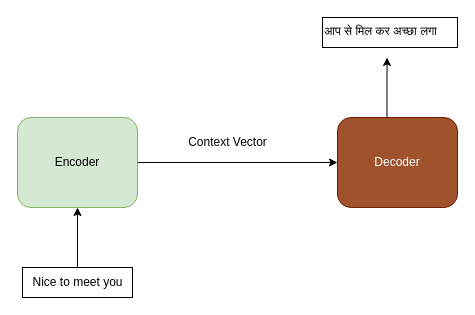
Before: page "Encoder-Decoder" (1 of 3) of EncodeDecoder.drawio in shobhitag11/RAG_Deployment, a draw.io diagram. Source tidied: cells renumbered, new cells numbered last; positions are measured from the earlier drawing's top-left corner, leaving out a move shared by most shapes. Both pictures are drawn from the tidied source at 100%, with x=0, y=0 at pixel (17, 17).
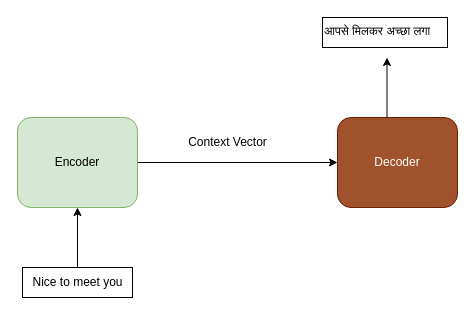
After the change.

Diff of the diagram source:
```diff
@@
 <mxGraphModel>
   <root>
     <mxCell id="0" />
     <mxCell id="1" parent="0" />
     <mxCell id="2" style="edgeStyle=orthogonalEdgeStyle;rounded=0;jettySize=auto;html=1;" parent="1" edge="1" source="3" target="4">
       <mxGeometry relative="1" as="geometry" />
     </mxCell>
     <mxCell id="3" value="Encoder" style="rounded=1;whiteSpace=wrap;html=1;fillColor=#d5e8d4;strokeColor=#82b366;" parent="1" vertex="1">
       <mxGeometry y="100" width="120" height="90" as="geometry" />
     </mxCell>
     <mxCell id="4" value="Decoder" style="rounded=1;whiteSpace=wrap;html=1;fillColor=#a0522d;fontColor=#ffffff;strokeColor=#6D1F00;" parent="1" vertex="1">
       <mxGeometry x="320" y="100" width="120" height="90" as="geometry" />
     </mxCell>
     <mxCell id="5" value="Context Vector" style="text;html=1;align=center;verticalAlign=middle;strokeColor=none;fillColor=none;" parent="1" vertex="1">
       <mxGeometry x="160" y="110" width="100" height="30" as="geometry" />
     </mxCell>
     <mxCell id="6" style="endArrow=classic;html=1;rounded=0;" parent="1" edge="1">
       <mxGeometry relative="1" as="geometry">
         <mxPoint x="60" y="250" as="sourcePoint" />
         <mxPoint x="60" y="190" as="targetPoint" />
       </mxGeometry>
     </mxCell>
     <mxCell id="7" value="Nice to meet you" style="text;html=1;align=center;verticalAlign=middle;strokeColor=default;fillColor=none;" parent="1" vertex="1">
       <mxGeometry x="5" y="250" width="110" height="30" as="geometry" />
     </mxCell>
     <mxCell id="8" style="endArrow=classic;html=1;rounded=0;" parent="1" edge="1">
       <mxGeometry relative="1" as="geometry">
         <mxPoint x="369.5" y="100" as="sourcePoint" />
         <mxPoint x="369.5" y="40" as="targetPoint" />
       </mxGeometry>
     </mxCell>
-    <mxCell id="9" value="आप से&lt;span class=&quot;s1&quot;&gt; &lt;/span&gt;मिल कर&lt;span class=&quot;s1&quot;&gt; &lt;/span&gt;अच्छा&lt;span class=&quot;s1&quot;&gt; &lt;/span&gt;लगा" style="text;whiteSpace=wrap;html=1;strokeColor=default;" parent="1" vertex="1">
-      <mxGeometry x="305" width="135" height="30" as="geometry" />
+    <mxCell id="9" value="आपसे&lt;span class=&quot;s1&quot;&gt; &lt;/span&gt;मिलकर&lt;span class=&quot;s1&quot;&gt; &lt;/span&gt;अच्छा&lt;span class=&quot;s1&quot;&gt; &lt;/span&gt;लगा" style="text;whiteSpace=wrap;html=1;strokeColor=default;" parent="1" vertex="1">
+      <mxGeometry x="305" width="125" height="30" as="geometry" />
     </mxCell>
   </root>
 </mxGraphModel>
```
